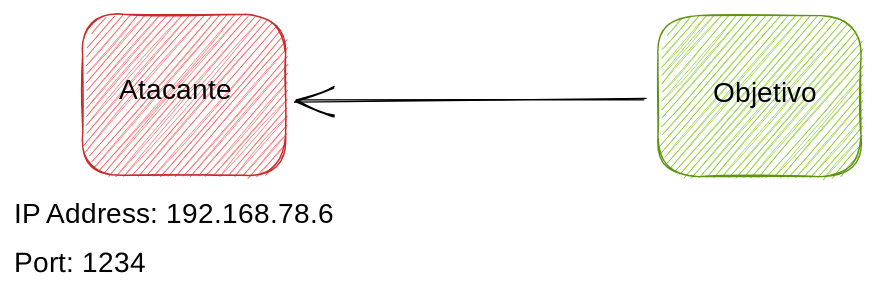
This is .gitbook/assets/file.excalidraw (3).svg from 4c65a/Great-Hacker-GitBook, a Excalidraw export, as it was before one commit. Source tidied: one line per element, renumbered; positions are measured from the earlier drawing's top-left corner, leaving out a move shared by most shapes.
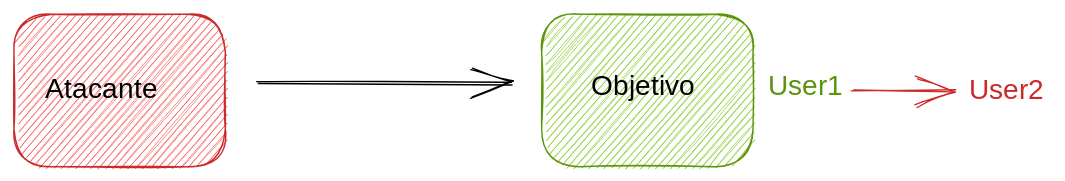
Later version of the same file.

The edit, as a diff of the source:
```diff
@@ -1,7 +1,8 @@
-{"id": 0, "type": "rectangle", "strokeColor": "#c92a2a", "backgroundColor": "#fa5252", "fillStyle": "hachure", "strokeWidth": 1, "roughness": 1, "round": true, "x": 49, "y": 0, "width": 145, "height": 115}
-{"id": 1, "type": "rectangle", "strokeColor": "#5c940d", "backgroundColor": "#82c91e", "fillStyle": "hachure", "strokeWidth": 1, "roughness": 1, "round": true, "x": 460, "y": 1, "width": 145, "height": 115}
-{"id": 2, "type": "arrow", "strokeColor": "#000000", "strokeWidth": 1, "roughness": 1, "endArrowhead": "arrow", "round": true, "from": 1, "to": 0, "x": 451, "y": 61, "width": 249, "height": 0, "points": [[0, 0], [-249, 0]]}
+{"id": 7, "type": "rectangle", "strokeColor": "#c92a2a", "backgroundColor": "#fa5252", "fillStyle": "hachure", "strokeWidth": 1, "roughness": 1, "round": true, "x": 26, "y": -8, "width": 151, "height": 109}
+{"id": 8, "type": "rectangle", "strokeColor": "#5c940d", "backgroundColor": "#82c91e", "fillStyle": "hachure", "strokeWidth": 1, "roughness": 1, "round": true, "x": 403, "y": -8, "width": 151, "height": 109}
+{"id": 9, "type": "arrow", "strokeColor": "#000000", "backgroundColor": "#fa5252", "fillStyle": "hachure", "strokeWidth": 1, "roughness": 1, "endArrowhead": "arrow", "round": true, "from": 7, "to": 8, "x": 200, "y": 42, "width": 181, "height": 0, "points": [[0, 0], [181, 0]]}
+{"id": 4, "type": "text", "text": "Atacante", "strokeColor": "#000000", "backgroundColor": "#fa5252", "fillStyle": "hachure", "strokeWidth": 1, "roughness": 1, "fontSize": 20, "fontFamily": 1, "x": 48, "y": 34, "width": 93, "height": 25}
-{"id": 3, "type": "text", "text": "Objetivo", "strokeColor": "#000000", "strokeWidth": 1, "roughness": 1, "fontSize": 20, "fontFamily": 1, "x": 499, "y": 45, "width": 79, "height": 25}
+{"id": 3, "type": "text", "text": "Objetivo", "strokeColor": "#000000", "backgroundColor": "#fa5252", "fillStyle": "hachure", "strokeWidth": 1, "roughness": 1, "fontSize": 20, "fontFamily": 1, "x": 438, "y": 32, "width": 79, "height": 25}
-{"id": 4, "type": "text", "text": "Atacante", "strokeColor": "#000000", "strokeWidth": 1, "roughness": 1, "fontSize": 20, "fontFamily": 1, "x": 75, "y": 43, "width": 93, "height": 25}
-{"id": 5, "type": "text", "text": "IP Address: 192.168.78.6", "strokeColor": "#000000", "strokeWidth": 1, "roughness": 1, "fontSize": 20, "fontFamily": 1, "x": 0, "y": 131, "width": 247, "height": 25}
-{"id": 6, "type": "text", "text": "Port: 1234", "strokeColor": "#000000", "angle": 0.0, "strokeWidth": 1, "roughness": 1, "fontSize": 20, "fontFamily": 1, "x": 0, "y": 166, "width": 105, "height": 25}
+{"id": 10, "type": "text", "text": "User1", "strokeColor": "#5c940d", "backgroundColor": "#fa5252", "fillStyle": "hachure", "strokeWidth": 1, "roughness": 1, "fontSize": 20, "fontFamily": 1, "x": 565, "y": 32, "width": 50, "height": 25}
+{"id": 11, "type": "arrow", "strokeColor": "#c92a2a", "backgroundColor": "#fa5252", "fillStyle": "hachure", "strokeWidth": 1, "roughness": 1, "endArrowhead": "arrow", "round": true, "from": 10, "to": 12, "x": 625, "y": 46, "width": 73, "height": 0, "points": [[0, 0], [73, 0]]}
+{"id": 12, "type": "text", "text": "User2", "strokeColor": "#c92a2a", "backgroundColor": "#fa5252", "fillStyle": "hachure", "strokeWidth": 1, "roughness": 1, "fontSize": 20, "fontFamily": 1, "x": 708, "y": 35, "width": 59, "height": 25}
```
